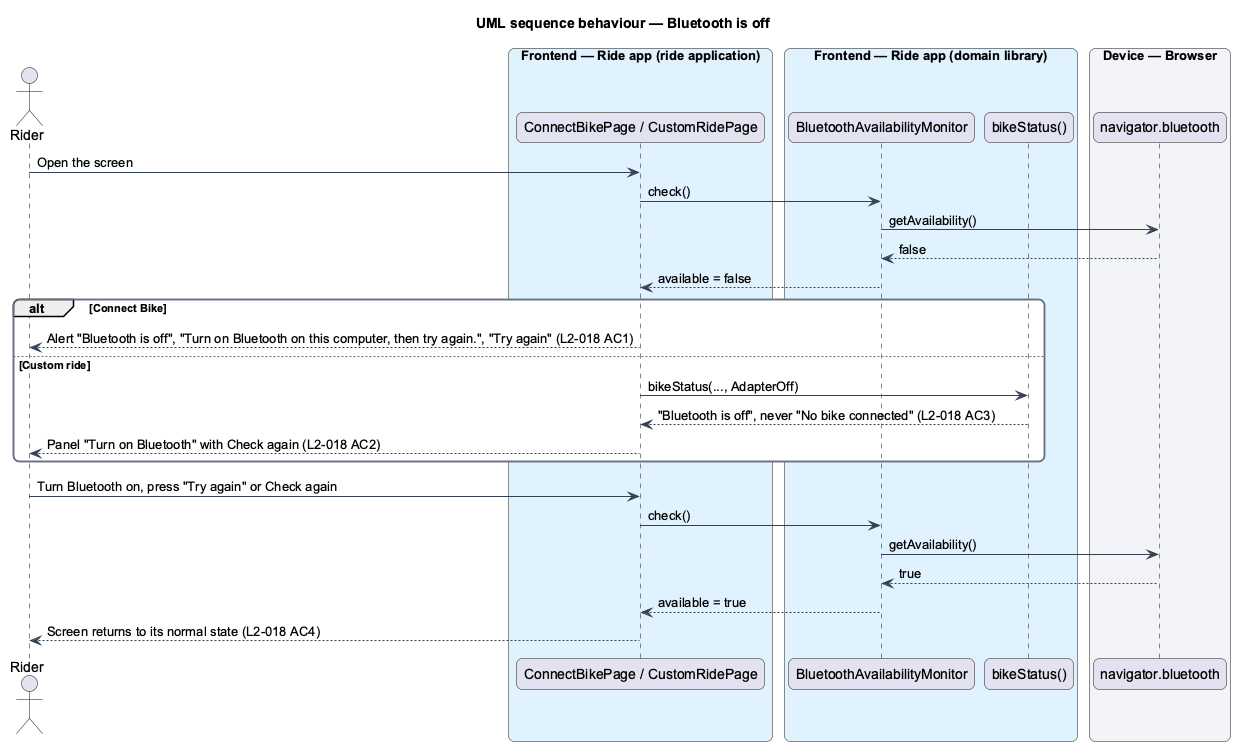
This is docs/detailed-designs/bike/keep-the-bike-connected/diagrams/sequence-bluetooth-off.png from QuinntyneBrown/ride-one, a PlantUML export, as it was before one commit.
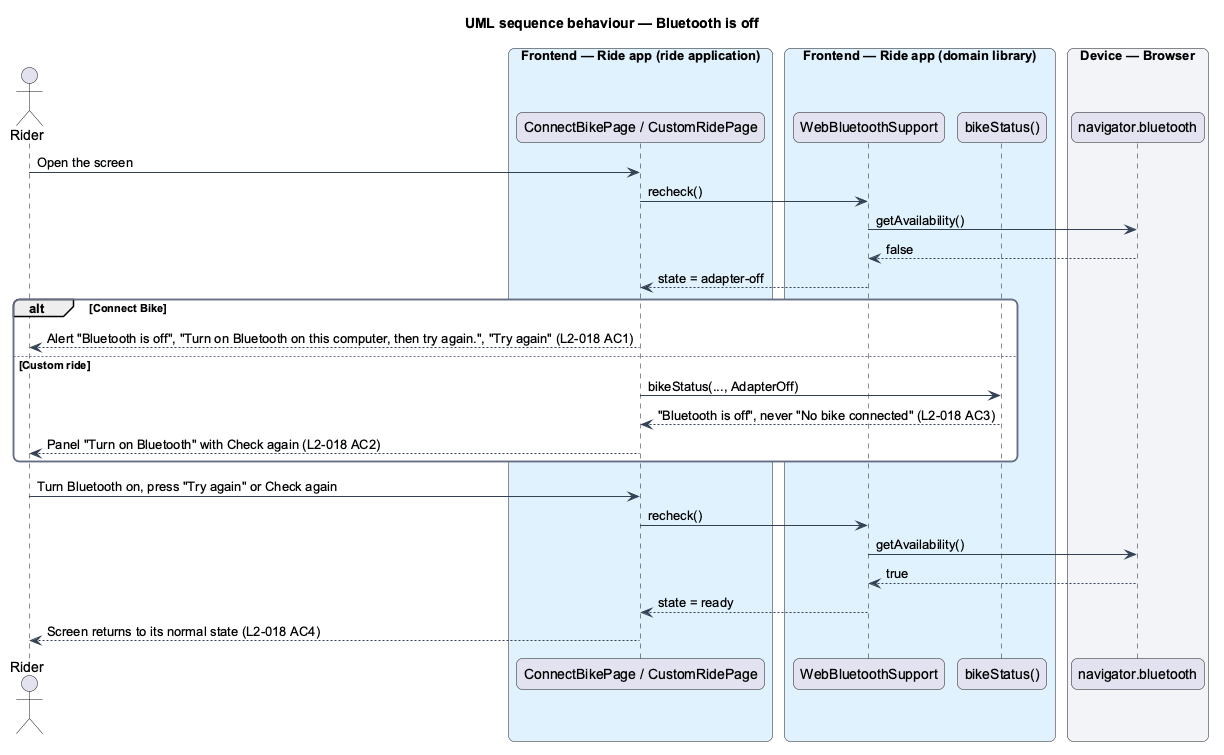
Later version of the same file.

The edit, as a diff of the source:
```diff
@@ -19,17 +19,17 @@
   participant "ConnectBikePage / CustomRidePage" as page
 end box
 box "Frontend — Ride app (domain library)" #E0F2FE
-  participant "BluetoothAvailabilityMonitor" as avail
+  participant "WebBluetoothSupport" as avail
   participant "bikeStatus()" as status
 end box
 box "Device — Browser" #F2F4F7
   participant "navigator.bluetooth" as bt
 end box
 actor -> page : Open the screen
-page -> avail : check()
+page -> avail : recheck()
 avail -> bt : getAvailability()
 bt --> avail : false
-avail --> page : available = false
+avail --> page : state = adapter-off
 alt Connect Bike
   page --> actor : Alert "Bluetooth is off", "Turn on Bluetooth on this computer, then try again.", "Try again" (L2-018 AC1)
 else Custom ride
@@ -38,9 +38,9 @@
   page --> actor : Panel "Turn on Bluetooth" with Check again (L2-018 AC2)
 end
 actor -> page : Turn Bluetooth on, press "Try again" or Check again
-page -> avail : check()
+page -> avail : recheck()
 avail -> bt : getAvailability()
 bt --> avail : true
-avail --> page : available = true
+avail --> page : state = ready
 page --> actor : Screen returns to its normal state (L2-018 AC4)
 @enduml
```
